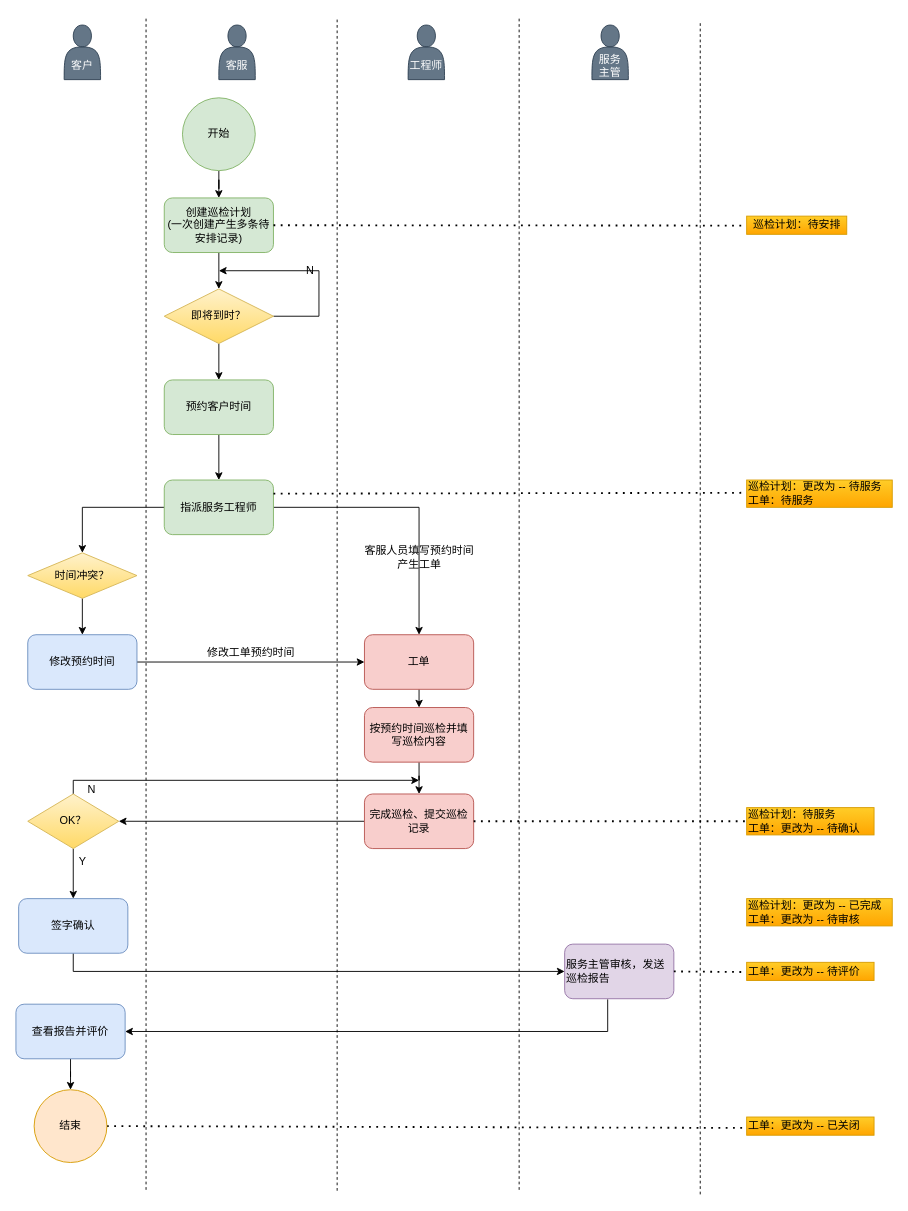
This is 巡检-工单流程图.drawio from x1126565832/pic, a draw.io file, before an edit. Source tidied: cells renumbered, new cells numbered last; positions are measured from the earlier drawing's top-left corner, leaving out a move shared by most shapes. Both pictures are drawn from the tidied source at 91%, with x=0, y=0 at pixel (15, 15).
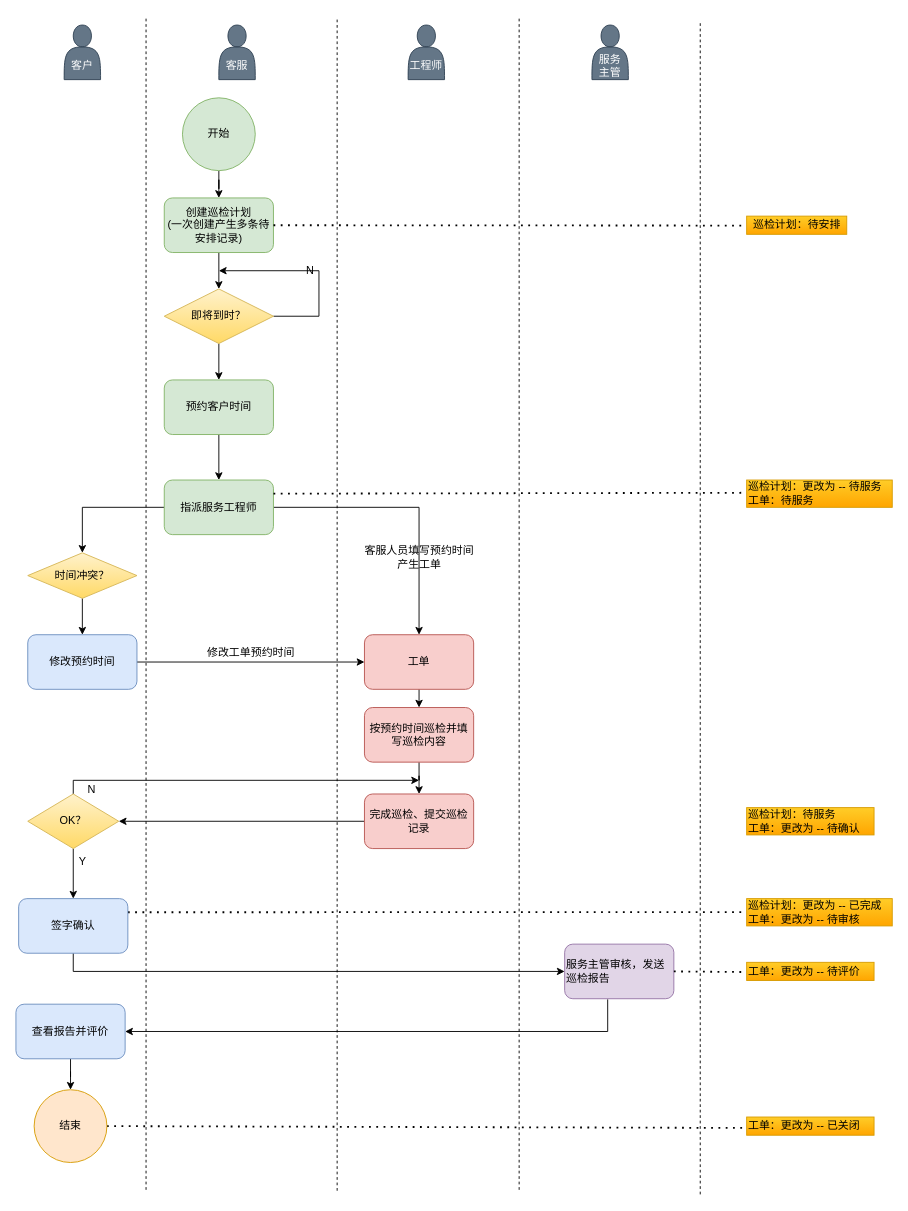
After the change.

Commit message:
更新巡检-工单流程图.drawio

The change refers to these unchanged cells:
```xml
<mxCell id="24" value="完成巡检、提交巡检记录" style="whiteSpace=wrap;html=1;rounded=1;fillColor=#f8cecc;strokeColor=#b85450;" parent="1" vertex="1">
  <mxGeometry x="383" y="855" width="120" height="60" as="geometry" />
</mxCell>
<mxCell id="30" value="巡检计划：待服务&lt;br&gt;工单：更改为 -- 待确认" style="text;html=1;align=left;verticalAlign=middle;points=[];strokeColor=#d79b00;fillColor=#ffcd28;gradientColor=#ffa500;" parent="1" vertex="1">
  <mxGeometry x="803" y="870" width="140" height="30" as="geometry" />
</mxCell>
<mxCell id="38" value="签字确认" style="rounded=1;whiteSpace=wrap;html=1;align=center;fillColor=#dae8fc;strokeColor=#6c8ebf;" parent="1" vertex="1">
  <mxGeometry x="3" y="970" width="120" height="60" as="geometry" />
</mxCell>
<mxCell id="41" value="巡检计划：更改为 -- 已完成&lt;br&gt;工单：更改为 -- 待审核" style="text;html=1;align=left;verticalAlign=middle;points=[];strokeColor=#d79b00;fillColor=#ffcd28;gradientColor=#ffa500;" parent="1" vertex="1">
  <mxGeometry x="803" y="970" width="160" height="30" as="geometry" />
</mxCell>
```

Change to the diagram source:
```diff
@@
-    <mxCell id="29" style="endArrow=none;dashed=1;html=1;dashPattern=1 3;strokeWidth=2;exitX=1;exitY=0.5;exitDx=0;exitDy=0;entryX=-0.007;entryY=0.5;entryDx=0;entryDy=0;entryPerimeter=0;" parent="1" edge="1" source="24" target="30">
+    <mxCell id="29" style="endArrow=none;dashed=1;html=1;dashPattern=1 3;strokeWidth=2;exitX=1;exitY=0.25;exitDx=0;exitDy=0;entryX=-0.02;entryY=0.493;entryDx=0;entryDy=0;entryPerimeter=0;" parent="1" edge="1" source="38" target="41">
       <mxGeometry relative="1" as="geometry" />
     </mxCell>
```
